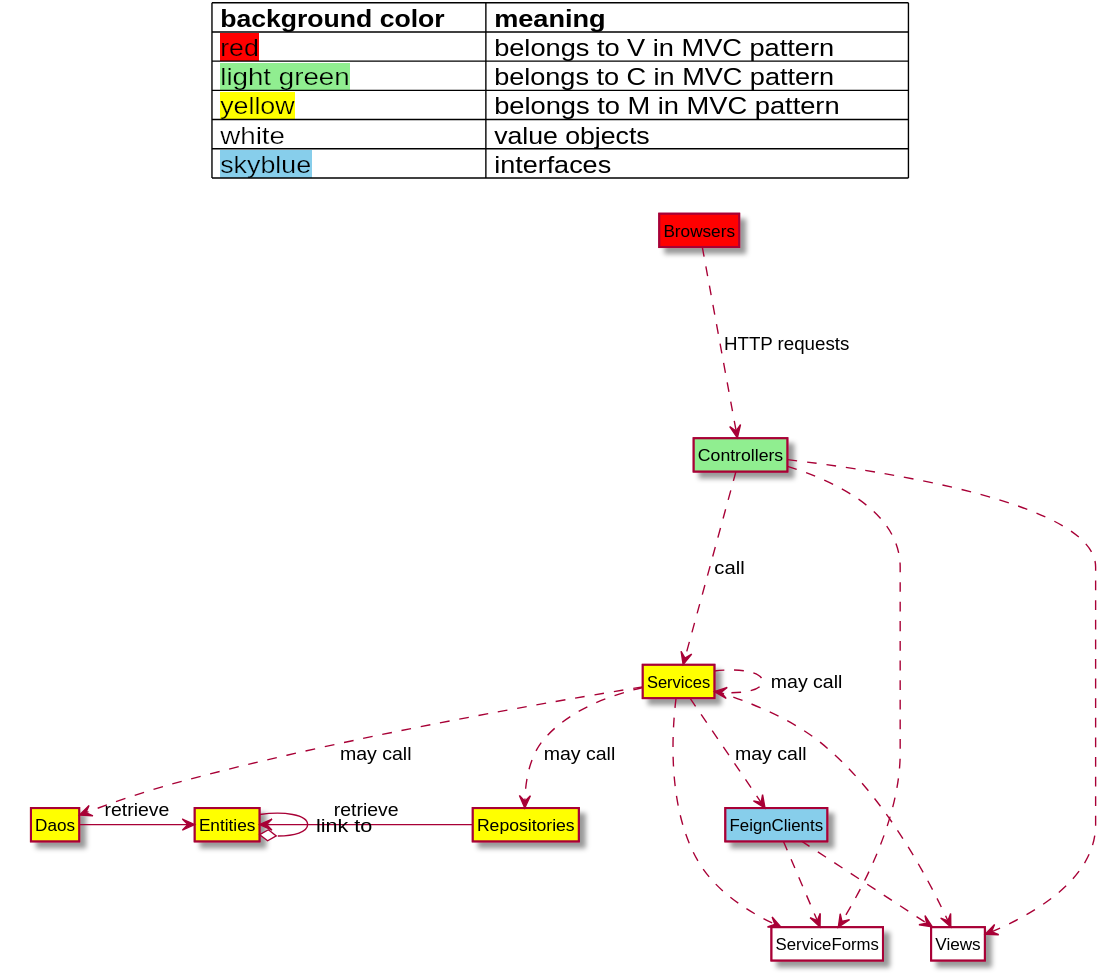
Earlier version of the PlantUML export src/main/resources/markdown/programming_guide/components_class.svg (catkeeper1/msdemo-documents).
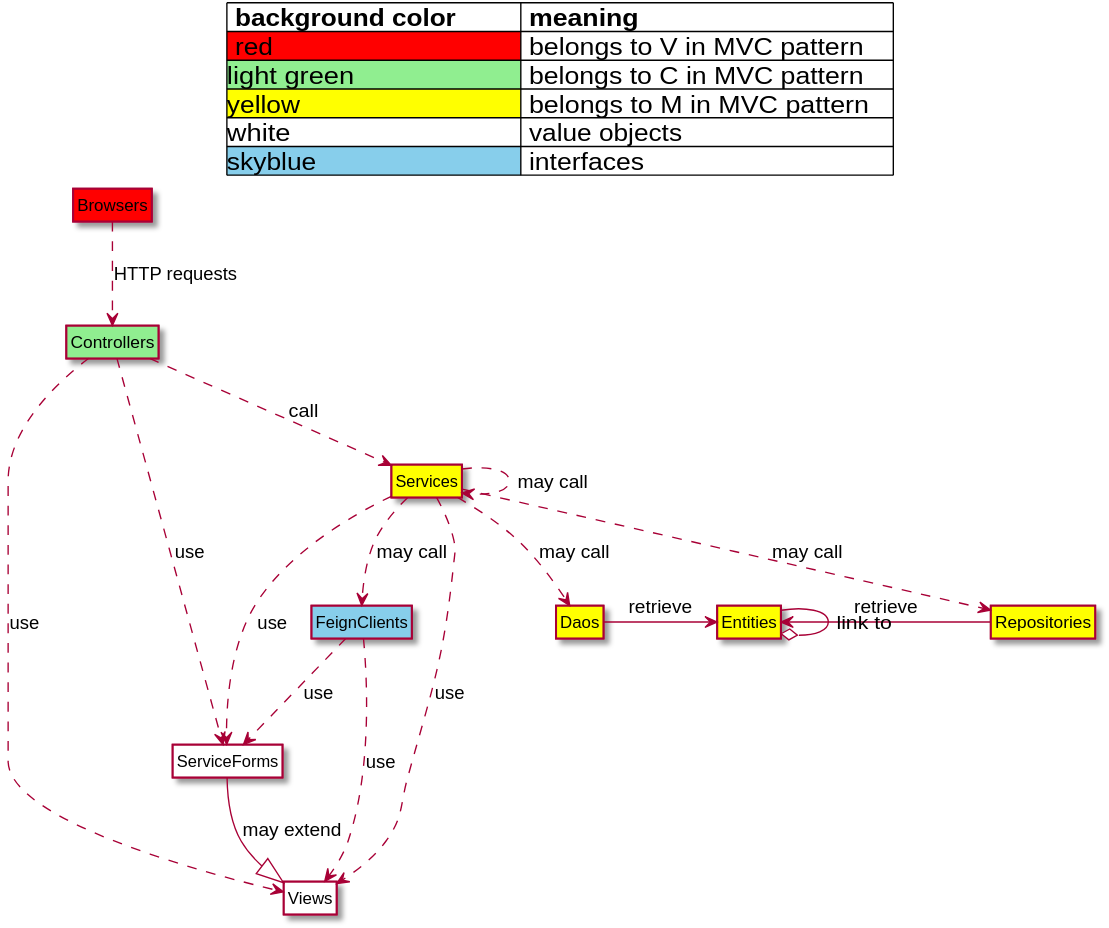
After the change.

Commit message:
enrich programming guide

The edit, as a diff of the source:
```diff
@@ -5,66 +5,58 @@
 
 scale max 800 width
 
+
 title
-  |= background color     |= meaning                            |
-  | <back:red>red</back>  | belongs to V in MVC pattern         |
-  | <back:lightgreen>light green</back>  | belongs to C in MVC pattern     |
-  | <back:yellow>yellow</back>  | belongs to M in MVC pattern   |
-  | <back:white>white</back>  | value objects   |
-  | <back:skyblue>skyblue</back>  | interfaces   |
+  |= background color        |= meaning                      |
+  |<#red> red                | belongs to V in MVC pattern   |
+  |<#lightgreen>light green  | belongs to C in MVC pattern   |
+  |<#yellow>yellow           | belongs to M in MVC pattern   |
+  |<#white>white             | value objects                 |
+  |<#skyblue>skyblue         | interfaces                    |
 end title
 
 
-together {
 
   class ServiceForms  #white
   class Views         #white
-}
 
 
+class Entities  #yellow
 
-together {
-  class Browsers #red
-  class Controllers  #lightgreen
-  class Services     #yellow
-
-}
+class Browsers #red
+class Controllers  #lightgreen
+class Services     #yellow
+class Repositories  #yellow
+class Daos  #yellow
 class FeignClients #skyblue
 
-together {
-
-    together {
-
-      class Entities  #yellow
-      class Repositories  #yellow
-    }
-    class Daos  #yellow
-
-}
 
 
 Browsers ..> Controllers : HTTP requests
 
 Controllers ..> Services : call
 Services ..> Services : may call
+Services ..> FeignClients : may call
+
+
 Services ..> Repositories : may call
 Services ..> Daos : may call
-Services ..> FeignClients : may call
+Entities <- Repositories : retrieve
+
 
 Daos -> Entities : retrieve
-Entities <- Repositories : retrieve
+
 Entities --o Entities : link to
 
-Controllers ..> Views
-Controllers ..> ServiceForms
+Controllers ..> Views : use
+Controllers ..> ServiceForms : use
 
-Services ..> Views
-Services ..> ServiceForms
+Services ..> Views : use
+Services ..> ServiceForms : use
 
-FeignClients ..> Views
-FeignClients ..> ServiceForms
+FeignClients ..> Views : use
+FeignClients ..> ServiceForms : use
 
-
-
+ServiceForms --|> Views : may extend
 
 @enduml
```
